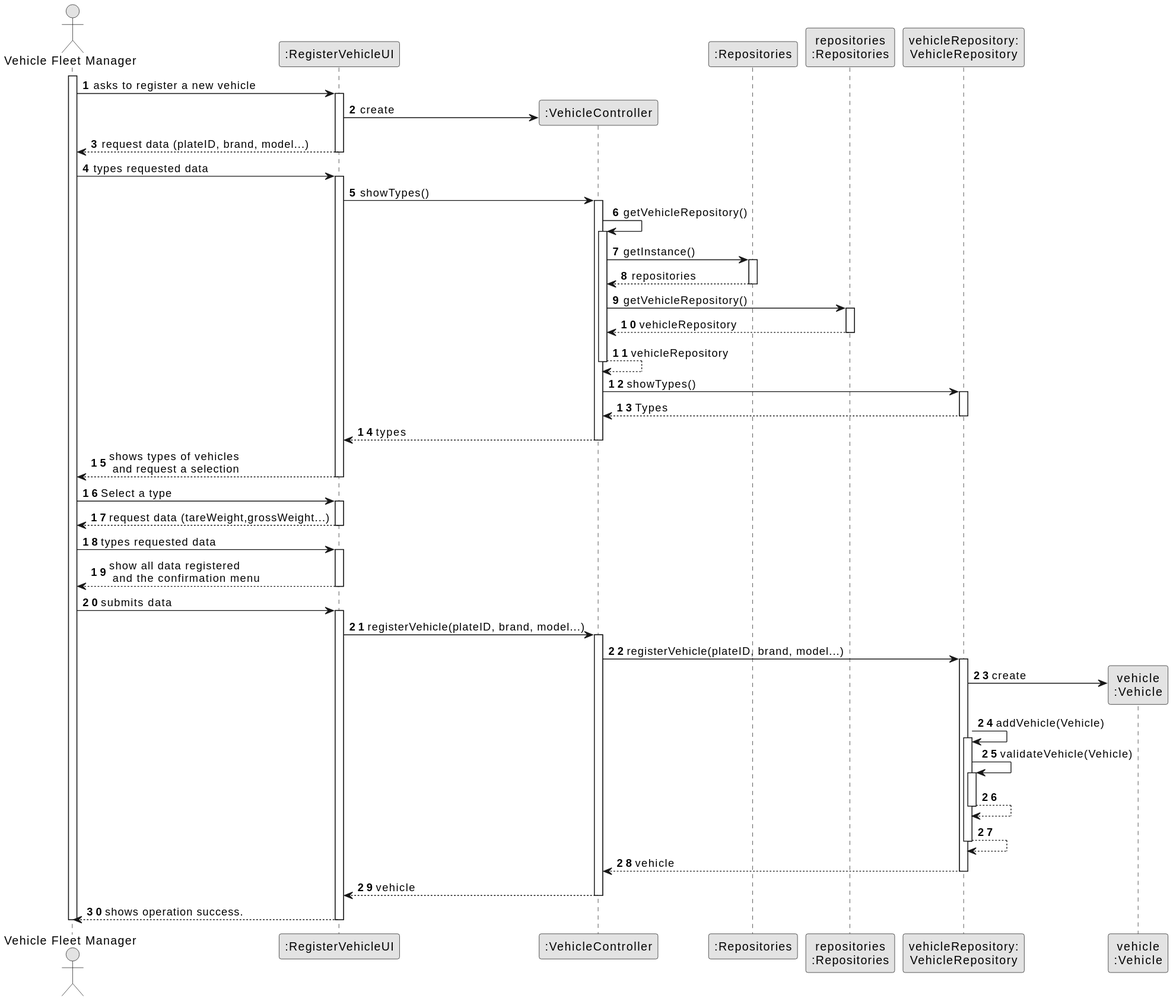
Before: docs/sprintC/us006/03.design/svg/us006-sequence-diagram-full.svg, a diagram exported from PlantUML (SAEmanuel/Green_Spaces_Management_ISEP). Source of this version:
```plantuml
@startuml
skinparam monochrome true
skinparam packageStyle rectangle
skinparam shadowing false

autonumber

actor "Vehicle Fleet Manager" as VFM
participant ":RegisterVehicleUI" as UI
participant ":VehicleController" as CTRL
participant ":Repositories" as RepositorySingleton
participant "repositories\n:Repositories" as PLAT
participant "vehicleRepository:\nVehicleRepository" as vehicleRepository
participant "vehicle\n:Vehicle" as VEICULO

activate VFM

        VFM -> UI : asks to register a new vehicle

        activate UI

            UI -> CTRL** : create

        UI --> VFM : request data (plateID, brand, model...)
            deactivate UI

        VFM -> UI : types requested data
        activate UI

        UI -> CTRL : showTypes()
        activate CTRL

            CTRL -> CTRL : getVehicleRepository()
                        activate CTRL

                            CTRL -> RepositorySingleton : getInstance()
                            activate RepositorySingleton

                                RepositorySingleton --> CTRL: repositories
                            deactivate RepositorySingleton

                            CTRL -> PLAT : getVehicleRepository()
                            activate PLAT

                                PLAT --> CTRL: vehicleRepository
                            deactivate PLAT

                            CTRL --> CTRL : vehicleRepository
                        deactivate CTRL

        CTRL -> vehicleRepository : showTypes()
        activate vehicleRepository


        vehicleRepository --> CTRL : Types
        deactivate vehicleRepository

        CTRL --> UI : types
        deactivate CTRL
        UI --> VFM : shows types of vehicles\n and request a selection
            deactivate UI

        VFM -> UI : Select a type
        activate UI

        UI --> VFM : request data (tareWeight,grossWeight...)
            deactivate UI

        VFM -> UI : types requested data
        activate UI

        UI --> VFM : show all data registered\n and the confirmation menu
        deactivate UI

    VFM -> UI : submits data
    activate UI

        UI -> CTRL : registerVehicle(plateID, brand, model...)
        activate CTRL




            CTRL -> vehicleRepository: registerVehicle(plateID, brand, model...)
            activate vehicleRepository

            vehicleRepository -> VEICULO**: create


                vehicleRepository -> vehicleRepository: addVehicle(Vehicle)
            deactivate VEICULO

                activate vehicleRepository
                    vehicleRepository -> vehicleRepository: validateVehicle(Vehicle)
                    activate vehicleRepository
                        vehicleRepository --> vehicleRepository
                    deactivate vehicleRepository

                    vehicleRepository --> vehicleRepository
                deactivate vehicleRepository

                vehicleRepository --> CTRL : vehicle

            deactivate vehicleRepository

            CTRL --> UI: vehicle
            deactivate CTRL
            UI --> VFM: shows operation success.
    deactivate UI

deactivate VFM
@enduml
```
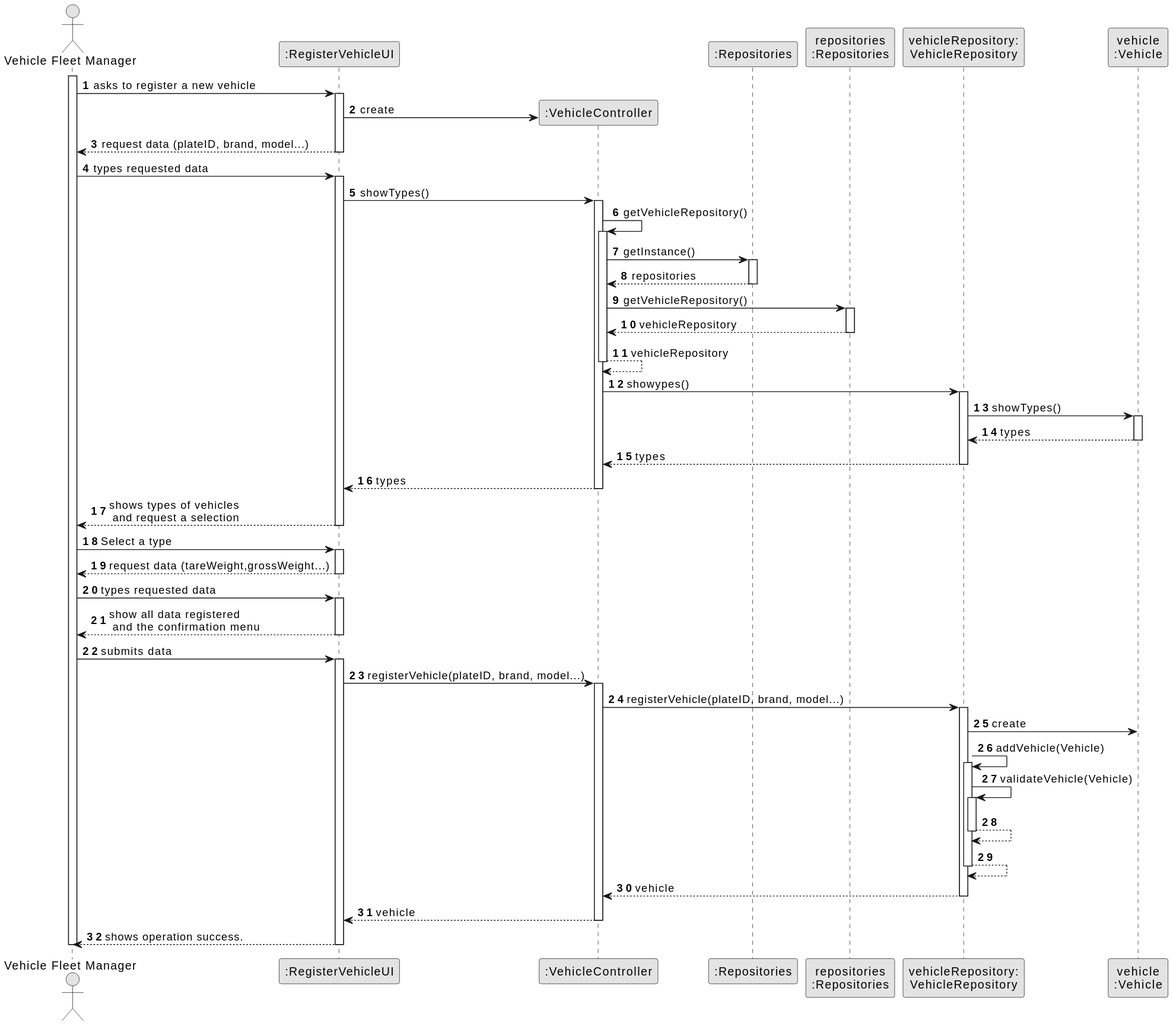
The same file after the commit.

What changed in the source:
```diff
@@ -48,11 +48,18 @@
                             CTRL --> CTRL : vehicleRepository
                         deactivate CTRL
 
-        CTRL -> vehicleRepository : showTypes()
+        CTRL -> vehicleRepository : showypes()
         activate vehicleRepository
 
+        vehicleRepository -> VEICULO : showTypes()
+        activate VEICULO
 
-        vehicleRepository --> CTRL : Types
+        VEICULO --> vehicleRepository : types
+
+        deactivate VEICULO
+
+
+        vehicleRepository --> CTRL : types
         deactivate vehicleRepository
 
         CTRL --> UI : types
@@ -84,7 +91,7 @@
             CTRL -> vehicleRepository: registerVehicle(plateID, brand, model...)
             activate vehicleRepository
 
-            vehicleRepository -> VEICULO**: create
+            vehicleRepository -> VEICULO: create
 
 
                 vehicleRepository -> vehicleRepository: addVehicle(Vehicle)
```
